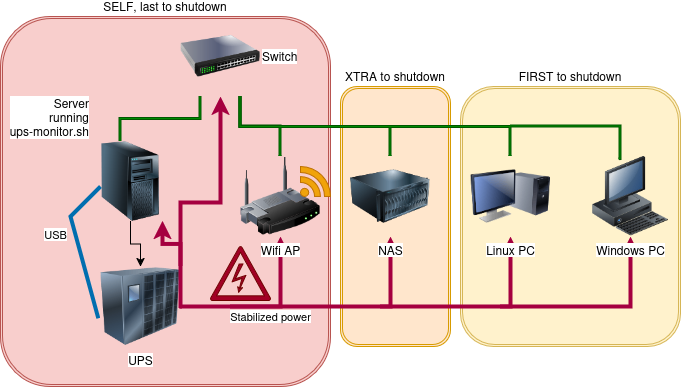
Earlier version of the draw.io export doc/ups-monitor-overview.png (ColasNahaboo/ups-monitor.sh). Source tidied: cells renumbered, new cells last; positions are measured from the earlier drawing's top-left corner, leaving out a move shared by most shapes. Its diagram source:
```xml
<mxGraphModel>
  <root>
    <mxCell id="0" />
    <mxCell id="1" parent="0" />
    <mxCell id="2" value="SELF, last to shutdown" style="shape=ext;double=1;rounded=1;whiteSpace=wrap;html=1;labelPosition=center;verticalLabelPosition=top;align=center;verticalAlign=bottom;fillColor=#f8cecc;strokeColor=#b85450;" parent="1" vertex="1">
      <mxGeometry width="330" height="370" as="geometry" />
    </mxCell>
    <mxCell id="3" value="XTRA to shutdown" style="shape=ext;double=1;rounded=1;whiteSpace=wrap;html=1;labelPosition=center;verticalLabelPosition=top;align=center;verticalAlign=bottom;fillColor=#ffe6cc;strokeColor=#d79b00;" parent="1" vertex="1">
      <mxGeometry x="340" y="70" width="110" height="260" as="geometry" />
    </mxCell>
    <mxCell id="4" value="FIRST to shutdown" style="shape=ext;double=1;rounded=1;whiteSpace=wrap;html=1;labelPosition=center;verticalLabelPosition=top;align=center;verticalAlign=bottom;fillColor=#fff2cc;strokeColor=#d6b656;" parent="1" vertex="1">
      <mxGeometry x="460" y="70" width="220" height="260" as="geometry" />
    </mxCell>
    <mxCell id="5" style="rounded=0;jettySize=auto;html=1;strokeWidth=4;fillColor=#1ba1e2;strokeColor=#006EAF;endArrow=none;endFill=0;entryX=-0.027;entryY=0.648;entryDx=0;entryDy=0;entryPerimeter=0;" parent="1" edge="1" target="10">
      <mxGeometry relative="1" as="geometry">
        <mxPoint x="100" y="170" as="sourcePoint" />
        <Array as="points">
          <mxPoint x="70" y="200" />
        </Array>
      </mxGeometry>
    </mxCell>
    <mxCell id="6" value="&lt;div&gt;USB&lt;/div&gt;" style="edgeLabel;html=1;align=center;verticalAlign=middle;" parent="5" vertex="1">
      <mxGeometry x="-0.2" y="-4" relative="1" as="geometry">
        <mxPoint x="-16" as="offset" />
      </mxGeometry>
    </mxCell>
    <mxCell id="7" style="edgeStyle=orthogonalEdgeStyle;rounded=0;jettySize=auto;html=1;" parent="1" edge="1" source="8" target="10">
      <mxGeometry relative="1" as="geometry" />
    </mxCell>
    <mxCell id="8" value="&lt;div&gt;Server&lt;/div&gt;&lt;div&gt;running&lt;/div&gt;&lt;div&gt;ups-monitor.sh&lt;/div&gt;" style="image;html=1;image=img/lib/clip_art/computers/Server_Tower_128x128.png;labelPosition=left;verticalLabelPosition=top;align=right;verticalAlign=bottom;" parent="1" vertex="1">
      <mxGeometry x="90" y="125" width="80" height="80" as="geometry" />
    </mxCell>
    <mxCell id="9" style="edgeStyle=orthogonalEdgeStyle;rounded=0;jettySize=auto;html=1;exitX=1;exitY=0.5;exitDx=0;exitDy=0;fillColor=#d80073;strokeColor=#A50040;strokeWidth=4;entryX=0.5;entryY=1;entryDx=0;entryDy=0;" parent="1" edge="1" source="10" target="12">
      <mxGeometry relative="1" as="geometry" />
    </mxCell>
    <mxCell id="10" value="UPS" style="image;html=1;image=img/lib/clip_art/networking/UPS_128x128.png;" parent="1" vertex="1">
      <mxGeometry x="100" y="250" width="80" height="80" as="geometry" />
    </mxCell>
    <mxCell id="11" value="Switch" style="image;html=1;image=img/lib/clip_art/networking/Switch_128x128.png;labelPosition=right;verticalLabelPosition=middle;align=left;verticalAlign=middle;" parent="1" vertex="1">
      <mxGeometry x="180" width="80" height="80" as="geometry" />
    </mxCell>
    <mxCell id="12" value="Wifi AP" style="image;html=1;image=img/lib/clip_art/networking/Wireless_Router_128x128.png;labelPosition=center;verticalLabelPosition=bottom;align=center;verticalAlign=top;" parent="1" vertex="1">
      <mxGeometry x="240" y="140" width="80" height="80" as="geometry" />
    </mxCell>
    <mxCell id="13" style="shape=mxgraph.signs.safety.high_voltage_3;html=1;fillColor=#a20025;strokeColor=#6F0000;verticalLabelPosition=bottom;verticalAlign=top;align=center;sketch=0;fillStyle=solid;fontColor=#ffffff;" parent="1" vertex="1">
      <mxGeometry x="210" y="230" width="60" height="54" as="geometry" />
    </mxCell>
    <mxCell id="14" style="edgeStyle=orthogonalEdgeStyle;rounded=0;jettySize=auto;html=1;exitX=1;exitY=0.5;exitDx=0;exitDy=0;fillColor=#d80073;strokeColor=#A50040;strokeWidth=4;entryX=0.5;entryY=1;entryDx=0;entryDy=0;" parent="1" edge="1" target="27">
      <mxGeometry relative="1" as="geometry">
        <mxPoint x="230" y="290" as="sourcePoint" />
      </mxGeometry>
    </mxCell>
    <mxCell id="15" value="Stabilized power" style="edgeLabel;html=1;align=center;verticalAlign=middle;" parent="14" vertex="1">
      <mxGeometry x="0.05" relative="1" as="geometry">
        <mxPoint x="-81" y="10" as="offset" />
      </mxGeometry>
    </mxCell>
    <mxCell id="16" style="edgeStyle=orthogonalEdgeStyle;rounded=0;jettySize=auto;html=1;exitX=1;exitY=0.5;exitDx=0;exitDy=0;fillColor=#d80073;strokeColor=#A50040;strokeWidth=4;entryX=0.5;entryY=1;entryDx=0;entryDy=0;" parent="1" edge="1" target="26">
      <mxGeometry relative="1" as="geometry">
        <mxPoint x="380" y="290" as="sourcePoint" />
      </mxGeometry>
    </mxCell>
    <mxCell id="17" style="edgeStyle=orthogonalEdgeStyle;rounded=0;jettySize=auto;html=1;exitX=1;exitY=0.5;exitDx=0;exitDy=0;fillColor=#d80073;strokeColor=#A50040;strokeWidth=4;entryX=0.5;entryY=1;entryDx=0;entryDy=0;labelPosition=center;verticalLabelPosition=bottom;align=center;verticalAlign=top;" parent="1" edge="1" target="25">
      <mxGeometry relative="1" as="geometry">
        <mxPoint x="500" y="290" as="sourcePoint" />
      </mxGeometry>
    </mxCell>
    <mxCell id="18" style="edgeStyle=orthogonalEdgeStyle;rounded=0;jettySize=auto;html=1;fillColor=#d80073;strokeColor=#A50040;strokeWidth=4;entryX=0.9;entryY=0.992;entryDx=0;entryDy=0;exitX=1;exitY=0;exitDx=0;exitDy=0;entryPerimeter=0;" parent="1" edge="1" source="10" target="8">
      <mxGeometry relative="1" as="geometry" />
    </mxCell>
    <mxCell id="19" style="edgeStyle=orthogonalEdgeStyle;rounded=0;jettySize=auto;html=1;exitX=1;exitY=0.5;exitDx=0;exitDy=0;fillColor=#d80073;strokeColor=#A50040;strokeWidth=4;" parent="1" edge="1" target="11">
      <mxGeometry relative="1" as="geometry">
        <mxPoint x="180" y="292" as="sourcePoint" />
      </mxGeometry>
    </mxCell>
    <mxCell id="20" style="edgeStyle=orthogonalEdgeStyle;rounded=0;jettySize=auto;html=1;exitX=0.25;exitY=1;exitDx=0;exitDy=0;entryX=0.375;entryY=0;entryDx=0;entryDy=0;entryPerimeter=0;shape=filledEdge;strokeWidth=3;fillColor=#008a00;strokeColor=#005700;endArrow=none;endFill=0;" parent="1" edge="1" source="11" target="8">
      <mxGeometry relative="1" as="geometry" />
    </mxCell>
    <mxCell id="21" style="edgeStyle=orthogonalEdgeStyle;rounded=0;jettySize=auto;html=1;exitX=0.5;exitY=0;exitDx=0;exitDy=0;entryX=0.75;entryY=1;entryDx=0;entryDy=0;shape=filledEdge;strokeWidth=3;fillColor=#008a00;strokeColor=#005700;endArrow=none;endFill=0;" parent="1" edge="1" source="12" target="11">
      <mxGeometry relative="1" as="geometry" />
    </mxCell>
    <mxCell id="22" style="edgeStyle=orthogonalEdgeStyle;rounded=0;jettySize=auto;html=1;exitX=0.5;exitY=0;exitDx=0;exitDy=0;entryX=0.75;entryY=1;entryDx=0;entryDy=0;shape=filledEdge;strokeWidth=3;fillColor=#008a00;strokeColor=#005700;endArrow=none;endFill=0;" parent="1" edge="1" source="27">
      <mxGeometry relative="1" as="geometry">
        <mxPoint x="240" y="80" as="targetPoint" />
      </mxGeometry>
    </mxCell>
    <mxCell id="23" style="edgeStyle=orthogonalEdgeStyle;rounded=0;jettySize=auto;html=1;exitX=0.5;exitY=0;exitDx=0;exitDy=0;shape=filledEdge;strokeWidth=3;fillColor=#008a00;strokeColor=#005700;endArrow=none;endFill=0;" parent="1" edge="1" source="26">
      <mxGeometry relative="1" as="geometry">
        <mxPoint x="240" y="80" as="targetPoint" />
      </mxGeometry>
    </mxCell>
    <mxCell id="24" style="shape=mxgraph.signs.tech.rss;html=1;fillColor=#f0a30a;strokeColor=#BD7000;verticalLabelPosition=bottom;verticalAlign=top;align=center;sketch=0;fontColor=#000000;" parent="1" vertex="1">
      <mxGeometry x="300" y="150" width="30" height="30" as="geometry" />
    </mxCell>
    <mxCell id="25" value="&lt;div&gt;Windows PC&lt;/div&gt;" style="image;html=1;image=img/lib/clip_art/computers/Workstation_128x128.png;textShadow=0;" parent="1" vertex="1">
      <mxGeometry x="590" y="140" width="80" height="80" as="geometry" />
    </mxCell>
    <mxCell id="26" value="Linux PC" style="image;html=1;image=img/lib/clip_art/computers/Monitor_Tower_128x128.png;" parent="1" vertex="1">
      <mxGeometry x="470" y="140" width="80" height="80" as="geometry" />
    </mxCell>
    <mxCell id="27" value="NAS" style="image;html=1;image=img/lib/clip_art/computers/Server_128x128.png;" parent="1" vertex="1">
      <mxGeometry x="350" y="140" width="80" height="80" as="geometry" />
    </mxCell>
    <mxCell id="28" style="edgeStyle=orthogonalEdgeStyle;rounded=0;jettySize=auto;html=1;exitX=0.358;exitY=0.033;exitDx=0;exitDy=0;shape=filledEdge;strokeWidth=3;fillColor=#008a00;strokeColor=#005700;endArrow=none;endFill=0;exitPerimeter=0;" parent="1" edge="1" source="25">
      <mxGeometry relative="1" as="geometry">
        <mxPoint x="510" y="110" as="targetPoint" />
        <Array as="points">
          <mxPoint x="620" y="143" />
          <mxPoint x="620" y="110" />
        </Array>
      </mxGeometry>
    </mxCell>
  </root>
</mxGraphModel>
```
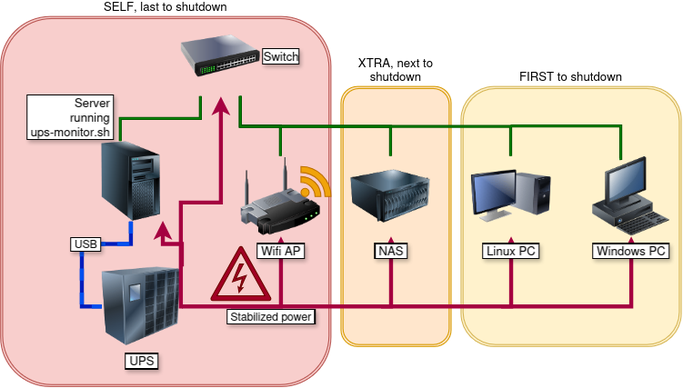
The same file after the commit.

Commit message:
doc diagram enhancements

Change to the diagram source:
```diff
@@ -2,60 +2,52 @@
   <root>
     <mxCell id="0" />
     <mxCell id="1" parent="0" />
-    <mxCell id="2" value="SELF, last to shutdown" style="shape=ext;double=1;rounded=1;whiteSpace=wrap;html=1;labelPosition=center;verticalLabelPosition=top;align=center;verticalAlign=bottom;fillColor=#f8cecc;strokeColor=#b85450;" parent="1" vertex="1">
+    <mxCell id="2" value="SELF, last to shutdown" style="shape=ext;double=1;rounded=1;whiteSpace=wrap;html=1;labelPosition=center;verticalLabelPosition=top;align=center;verticalAlign=bottom;fillColor=#f8cecc;strokeColor=#b85450;labelBorderColor=none;" parent="1" vertex="1">
       <mxGeometry width="330" height="370" as="geometry" />
     </mxCell>
-    <mxCell id="3" value="XTRA to shutdown" style="shape=ext;double=1;rounded=1;whiteSpace=wrap;html=1;labelPosition=center;verticalLabelPosition=top;align=center;verticalAlign=bottom;fillColor=#ffe6cc;strokeColor=#d79b00;" parent="1" vertex="1">
+    <mxCell id="3" value="XTRA, next to shutdown" style="shape=ext;double=1;rounded=1;whiteSpace=wrap;html=1;labelPosition=center;verticalLabelPosition=top;align=center;verticalAlign=bottom;fillColor=#ffe6cc;strokeColor=#d79b00;" parent="1" vertex="1">
       <mxGeometry x="340" y="70" width="110" height="260" as="geometry" />
     </mxCell>
     <mxCell id="4" value="FIRST to shutdown" style="shape=ext;double=1;rounded=1;whiteSpace=wrap;html=1;labelPosition=center;verticalLabelPosition=top;align=center;verticalAlign=bottom;fillColor=#fff2cc;strokeColor=#d6b656;" parent="1" vertex="1">
       <mxGeometry x="460" y="70" width="220" height="260" as="geometry" />
     </mxCell>
-    <mxCell id="5" style="rounded=0;jettySize=auto;html=1;strokeWidth=4;fillColor=#1ba1e2;strokeColor=#006EAF;endArrow=none;endFill=0;entryX=-0.027;entryY=0.648;entryDx=0;entryDy=0;entryPerimeter=0;" parent="1" edge="1" target="10">
-      <mxGeometry relative="1" as="geometry">
-        <mxPoint x="100" y="170" as="sourcePoint" />
-        <Array as="points">
-          <mxPoint x="70" y="200" />
-        </Array>
-      </mxGeometry>
-    </mxCell>
+    <mxCell id="7" style="edgeStyle=orthogonalEdgeStyle;shape=wire;rounded=0;jettySize=auto;html=1;dashed=1;entryX=0;entryY=0.5;entryDx=0;entryDy=0;endArrow=none;endFill=0;fillColor=#0050ef;strokeColor=#001DBC;strokeWidth=4;" parent="1" edge="1" source="8" target="10">
+      <mxGeometry relative="1" as="geometry" />
+    </mxCell>
-    <mxCell id="6" value="&lt;div&gt;USB&lt;/div&gt;" style="edgeLabel;html=1;align=center;verticalAlign=middle;" parent="5" vertex="1">
-      <mxGeometry x="-0.2" y="-4" relative="1" as="geometry">
-        <mxPoint x="-16" as="offset" />
+    <mxCell id="6" value="&amp;nbsp;USB&amp;nbsp;" style="edgeLabel;html=1;align=center;verticalAlign=middle;dashed=1;textShadow=1;labelBorderColor=default;" parent="7" vertex="1">
+      <mxGeometry x="-0.13" relative="1" as="geometry">
+        <mxPoint x="-1" as="offset" />
       </mxGeometry>
     </mxCell>
-    <mxCell id="7" style="edgeStyle=orthogonalEdgeStyle;rounded=0;jettySize=auto;html=1;" parent="1" edge="1" source="8" target="10">
-      <mxGeometry relative="1" as="geometry" />
-    </mxCell>
-    <mxCell id="8" value="&lt;div&gt;Server&lt;/div&gt;&lt;div&gt;running&lt;/div&gt;&lt;div&gt;ups-monitor.sh&lt;/div&gt;" style="image;html=1;image=img/lib/clip_art/computers/Server_Tower_128x128.png;labelPosition=left;verticalLabelPosition=top;align=right;verticalAlign=bottom;" parent="1" vertex="1">
+    <mxCell id="8" value="&lt;div&gt;Server&amp;nbsp;&lt;/div&gt;&lt;div&gt;running&amp;nbsp;&lt;/div&gt;&lt;div&gt;&amp;nbsp;ups-monitor.sh&amp;nbsp;&lt;/div&gt;" style="image;html=1;image=img/lib/clip_art/computers/Server_Tower_128x128.png;labelPosition=left;verticalLabelPosition=top;align=right;verticalAlign=bottom;labelBorderColor=default;labelBackgroundColor=#FFFFFF;spacingLeft=0;spacingBottom=2;spacingRight=-22;spacing=-1;textShadow=1;" parent="1" vertex="1">
       <mxGeometry x="90" y="125" width="80" height="80" as="geometry" />
     </mxCell>
-    <mxCell id="9" style="edgeStyle=orthogonalEdgeStyle;rounded=0;jettySize=auto;html=1;exitX=1;exitY=0.5;exitDx=0;exitDy=0;fillColor=#d80073;strokeColor=#A50040;strokeWidth=4;entryX=0.5;entryY=1;entryDx=0;entryDy=0;" parent="1" edge="1" source="10" target="12">
+    <mxCell id="9" style="edgeStyle=orthogonalEdgeStyle;rounded=0;jettySize=auto;html=1;fillColor=#d80073;strokeColor=#A50040;strokeWidth=4;entryX=0.5;entryY=1;entryDx=0;entryDy=0;" parent="1" edge="1" source="10" target="12">
       <mxGeometry relative="1" as="geometry" />
     </mxCell>
-    <mxCell id="10" value="UPS" style="image;html=1;image=img/lib/clip_art/networking/UPS_128x128.png;" parent="1" vertex="1">
-      <mxGeometry x="100" y="250" width="80" height="80" as="geometry" />
+    <mxCell id="10" value="&amp;nbsp;UPS&amp;nbsp;" style="image;html=1;image=img/lib/clip_art/networking/UPS_128x128.png;labelBorderColor=default;textShadow=1;spacingBottom=-6;" parent="1" vertex="1">
+      <mxGeometry x="101" y="250" width="80" height="80" as="geometry" />
     </mxCell>
-    <mxCell id="11" value="Switch" style="image;html=1;image=img/lib/clip_art/networking/Switch_128x128.png;labelPosition=right;verticalLabelPosition=middle;align=left;verticalAlign=middle;" parent="1" vertex="1">
+    <mxCell id="11" value="Switch" style="image;html=1;image=img/lib/clip_art/networking/Switch_128x128.png;labelPosition=right;verticalLabelPosition=middle;align=left;verticalAlign=middle;labelBorderColor=default;textShadow=1;" parent="1" vertex="1">
       <mxGeometry x="180" width="80" height="80" as="geometry" />
     </mxCell>
-    <mxCell id="12" value="Wifi AP" style="image;html=1;image=img/lib/clip_art/networking/Wireless_Router_128x128.png;labelPosition=center;verticalLabelPosition=bottom;align=center;verticalAlign=top;" parent="1" vertex="1">
+    <mxCell id="12" value="&amp;nbsp;Wifi AP&amp;nbsp;" style="image;html=1;image=img/lib/clip_art/networking/Wireless_Router_128x128.png;labelPosition=center;verticalLabelPosition=bottom;align=center;verticalAlign=top;labelBorderColor=default;textShadow=1;" parent="1" vertex="1">
       <mxGeometry x="240" y="140" width="80" height="80" as="geometry" />
     </mxCell>
     <mxCell id="13" style="shape=mxgraph.signs.safety.high_voltage_3;html=1;fillColor=#a20025;strokeColor=#6F0000;verticalLabelPosition=bottom;verticalAlign=top;align=center;sketch=0;fillStyle=solid;fontColor=#ffffff;" parent="1" vertex="1">
       <mxGeometry x="210" y="230" width="60" height="54" as="geometry" />
     </mxCell>
-    <mxCell id="14" style="edgeStyle=orthogonalEdgeStyle;rounded=0;jettySize=auto;html=1;exitX=1;exitY=0.5;exitDx=0;exitDy=0;fillColor=#d80073;strokeColor=#A50040;strokeWidth=4;entryX=0.5;entryY=1;entryDx=0;entryDy=0;" parent="1" edge="1" target="27">
+    <mxCell id="14" style="edgeStyle=orthogonalEdgeStyle;rounded=0;jettySize=auto;html=1;exitX=1;exitY=0.5;exitDx=0;exitDy=0;fillColor=#d80073;strokeColor=#A50040;strokeWidth=4;entryX=0.5;entryY=1;entryDx=0;entryDy=0;labelBorderColor=default;textShadow=1;" parent="1" edge="1" target="27">
       <mxGeometry relative="1" as="geometry">
         <mxPoint x="230" y="290" as="sourcePoint" />
       </mxGeometry>
     </mxCell>
-    <mxCell id="15" value="Stabilized power" style="edgeLabel;html=1;align=center;verticalAlign=middle;" parent="14" vertex="1">
+    <mxCell id="15" value="&amp;nbsp;Stabilized power&amp;nbsp;" style="edgeLabel;html=1;align=center;verticalAlign=middle;labelBorderColor=default;textShadow=1;" parent="14" vertex="1">
       <mxGeometry x="0.05" relative="1" as="geometry">
         <mxPoint x="-81" y="10" as="offset" />
       </mxGeometry>
     </mxCell>
-    <mxCell id="16" style="edgeStyle=orthogonalEdgeStyle;rounded=0;jettySize=auto;html=1;exitX=1;exitY=0.5;exitDx=0;exitDy=0;fillColor=#d80073;strokeColor=#A50040;strokeWidth=4;entryX=0.5;entryY=1;entryDx=0;entryDy=0;" parent="1" edge="1" target="26">
+    <mxCell id="16" style="edgeStyle=orthogonalEdgeStyle;rounded=0;jettySize=auto;html=1;exitX=1;exitY=0.5;exitDx=0;exitDy=0;fillColor=#d80073;strokeColor=#A50040;strokeWidth=4;entryX=0.5;entryY=1;entryDx=0;entryDy=0;labelBorderColor=default;textShadow=1;" parent="1" edge="1" target="26">
       <mxGeometry relative="1" as="geometry">
         <mxPoint x="380" y="290" as="sourcePoint" />
       </mxGeometry>
@@ -92,13 +84,13 @@
     <mxCell id="24" style="shape=mxgraph.signs.tech.rss;html=1;fillColor=#f0a30a;strokeColor=#BD7000;verticalLabelPosition=bottom;verticalAlign=top;align=center;sketch=0;fontColor=#000000;" parent="1" vertex="1">
       <mxGeometry x="300" y="150" width="30" height="30" as="geometry" />
     </mxCell>
-    <mxCell id="25" value="&lt;div&gt;Windows PC&lt;/div&gt;" style="image;html=1;image=img/lib/clip_art/computers/Workstation_128x128.png;textShadow=0;" parent="1" vertex="1">
+    <mxCell id="25" value="&amp;nbsp;Windows PC&amp;nbsp;" style="image;html=1;image=img/lib/clip_art/computers/Workstation_128x128.png;textShadow=1;labelBorderColor=default;" parent="1" vertex="1">
       <mxGeometry x="590" y="140" width="80" height="80" as="geometry" />
     </mxCell>
-    <mxCell id="26" value="Linux PC" style="image;html=1;image=img/lib/clip_art/computers/Monitor_Tower_128x128.png;" parent="1" vertex="1">
+    <mxCell id="26" value="&amp;nbsp;Linux PC&amp;nbsp;" style="image;html=1;image=img/lib/clip_art/computers/Monitor_Tower_128x128.png;textShadow=1;labelBorderColor=default;" parent="1" vertex="1">
       <mxGeometry x="470" y="140" width="80" height="80" as="geometry" />
     </mxCell>
-    <mxCell id="27" value="NAS" style="image;html=1;image=img/lib/clip_art/computers/Server_128x128.png;" parent="1" vertex="1">
+    <mxCell id="27" value="&amp;nbsp;NAS&amp;nbsp;" style="image;html=1;image=img/lib/clip_art/computers/Server_128x128.png;labelBorderColor=default;textShadow=1;" parent="1" vertex="1">
       <mxGeometry x="350" y="140" width="80" height="80" as="geometry" />
     </mxCell>
     <mxCell id="28" style="edgeStyle=orthogonalEdgeStyle;rounded=0;jettySize=auto;html=1;exitX=0.358;exitY=0.033;exitDx=0;exitDy=0;shape=filledEdge;strokeWidth=3;fillColor=#008a00;strokeColor=#005700;endArrow=none;endFill=0;exitPerimeter=0;" parent="1" edge="1" source="25">
```
